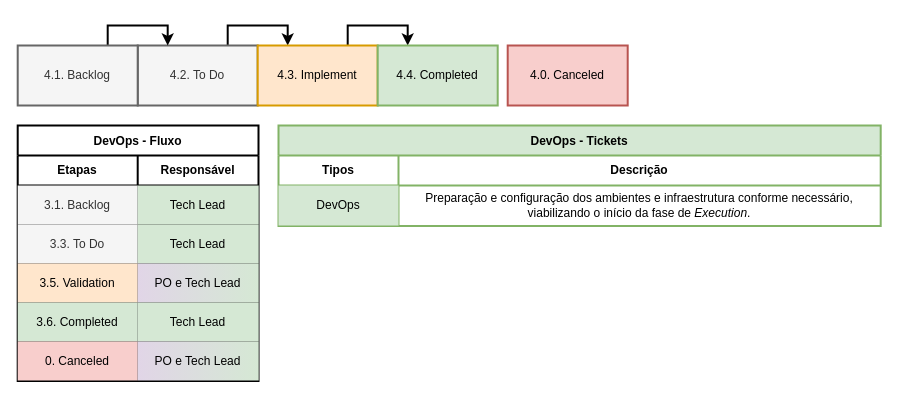
Above: page "Fluxo - DevOps" (7 of 9) of modelagem de processos.drawio in DimasPicinato/Metodologia-PI (draw.io), before the change. Source tidied: cells renumbered, new cells numbered last; positions are measured from the earlier drawing's top-left corner, leaving out a move shared by most shapes. Both pictures are drawn from the tidied source at 100%, with x=0, y=0 at pixel (17, 45).
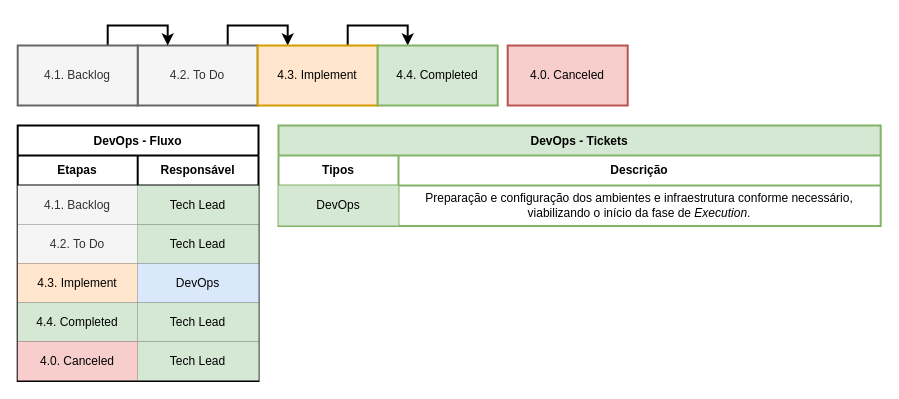
After the change.

The change refers to these unchanged cells:
```xml
<mxCell id="13" style="shape=tableRow;horizontal=0;startSize=0;swimlaneHead=0;swimlaneBody=0;strokeColor=inherit;top=0;left=0;bottom=0;right=0;fillColor=none;" parent="9" vertex="1">
  <mxGeometry y="60" width="240.8" height="39" as="geometry" />
</mxCell>
<mxCell id="16" style="shape=tableRow;horizontal=0;startSize=0;swimlaneHead=0;swimlaneBody=0;strokeColor=inherit;top=0;left=0;bottom=0;right=0;fillColor=none;" parent="9" vertex="1">
  <mxGeometry y="99" width="240.8" height="39" as="geometry" />
</mxCell>
<mxCell id="19" style="shape=tableRow;horizontal=0;startSize=0;swimlaneHead=0;swimlaneBody=0;strokeColor=inherit;top=0;left=0;bottom=0;right=0;fillColor=none;" parent="9" vertex="1">
  <mxGeometry y="138" width="240.8" height="39" as="geometry" />
</mxCell>
<mxCell id="22" style="shape=tableRow;horizontal=0;startSize=0;swimlaneHead=0;swimlaneBody=0;strokeColor=inherit;top=0;left=0;bottom=0;right=0;fillColor=none;" parent="9" vertex="1">
  <mxGeometry y="177" width="240.8" height="39" as="geometry" />
</mxCell>
<mxCell id="25" style="shape=tableRow;horizontal=0;startSize=0;swimlaneHead=0;swimlaneBody=0;strokeColor=inherit;top=0;left=0;bottom=0;right=0;fillColor=none;" parent="9" vertex="1">
  <mxGeometry y="216" width="240.8" height="39" as="geometry" />
</mxCell>
```

The edit, as a diff of the source:
```diff
@@
-    <mxCell id="14" value="&lt;span style=&quot;color: rgb(51, 51, 51);&quot;&gt;3.1. Backlog&lt;/span&gt;" style="shape=partialRectangle;html=1;whiteSpace=wrap;strokeColor=#666666;overflow=hidden;fillColor=#f5f5f5;top=0;left=0;bottom=0;right=0;fontColor=#333333;" parent="13" vertex="1">
+    <mxCell id="14" value="&lt;span style=&quot;color: rgb(51, 51, 51);&quot;&gt;4.1. Backlog&lt;/span&gt;" style="shape=partialRectangle;html=1;whiteSpace=wrap;strokeColor=#666666;overflow=hidden;fillColor=#f5f5f5;top=0;left=0;bottom=0;right=0;fontColor=#333333;" parent="13" vertex="1">
       <mxGeometry width="120" height="39" as="geometry" />
     </mxCell>
@@
-    <mxCell id="17" value="3.3. To Do" style="shape=partialRectangle;html=1;whiteSpace=wrap;strokeColor=#666666;overflow=hidden;fillColor=#f5f5f5;top=0;left=0;bottom=0;right=0;fontColor=#333333;" parent="16" vertex="1">
+    <mxCell id="17" value="4.2. To Do" style="shape=partialRectangle;html=1;whiteSpace=wrap;strokeColor=#666666;overflow=hidden;fillColor=#f5f5f5;top=0;left=0;bottom=0;right=0;fontColor=#333333;" parent="16" vertex="1">
       <mxGeometry width="120" height="39" as="geometry" />
     </mxCell>
@@
-    <mxCell id="20" value="3.5. Validation" style="shape=partialRectangle;html=1;whiteSpace=wrap;strokeColor=#d79b00;overflow=hidden;fillColor=#ffe6cc;top=0;left=0;bottom=0;right=0;" parent="19" vertex="1">
+    <mxCell id="20" value="4.3. Implement" style="shape=partialRectangle;html=1;whiteSpace=wrap;strokeColor=#d79b00;overflow=hidden;fillColor=#ffe6cc;top=0;left=0;bottom=0;right=0;" parent="19" vertex="1">
       <mxGeometry width="120" height="39" as="geometry" />
     </mxCell>
-    <mxCell id="21" value="PO e Tech Lead" style="shape=partialRectangle;html=1;whiteSpace=wrap;strokeColor=#9673a6;overflow=hidden;fillColor=#e1d5e7;top=0;left=0;bottom=0;right=0;gradientColor=#D5E8D4;gradientDirection=east;" parent="19" vertex="1">
+    <mxCell id="21" value="DevOps" style="shape=partialRectangle;html=1;whiteSpace=wrap;strokeColor=#6c8ebf;overflow=hidden;fillColor=#dae8fc;top=0;left=0;bottom=0;right=0;gradientDirection=east;" parent="19" vertex="1">
       <mxGeometry x="120" width="121" height="39" as="geometry" />
     </mxCell>
@@
-    <mxCell id="23" value="3.6. Completed" style="shape=partialRectangle;html=1;whiteSpace=wrap;strokeColor=#82b366;overflow=hidden;fillColor=#d5e8d4;top=0;left=0;bottom=0;right=0;" parent="22" vertex="1">
+    <mxCell id="23" value="4.4. Completed" style="shape=partialRectangle;html=1;whiteSpace=wrap;strokeColor=#82b366;overflow=hidden;fillColor=#d5e8d4;top=0;left=0;bottom=0;right=0;" parent="22" vertex="1">
       <mxGeometry width="120" height="39" as="geometry" />
     </mxCell>
@@
-    <mxCell id="26" value="0. Canceled" style="shape=partialRectangle;html=1;whiteSpace=wrap;strokeColor=#b85450;overflow=hidden;fillColor=#f8cecc;top=0;left=0;bottom=0;right=0;" parent="25" vertex="1">
+    <mxCell id="26" value="4.0. Canceled" style="shape=partialRectangle;html=1;whiteSpace=wrap;strokeColor=#b85450;overflow=hidden;fillColor=#f8cecc;top=0;left=0;bottom=0;right=0;" parent="25" vertex="1">
       <mxGeometry width="120" height="39" as="geometry" />
     </mxCell>
-    <mxCell id="27" value="PO e Tech Lead" style="shape=partialRectangle;html=1;whiteSpace=wrap;strokeColor=#9673a6;overflow=hidden;fillColor=#e1d5e7;top=0;left=0;bottom=0;right=0;gradientColor=#d5e8d4;gradientDirection=east;" parent="25" vertex="1">
+    <mxCell id="27" value="Tech Lead" style="shape=partialRectangle;html=1;whiteSpace=wrap;strokeColor=#82b366;overflow=hidden;fillColor=#d5e8d4;top=0;left=0;bottom=0;right=0;gradientDirection=east;" parent="25" vertex="1">
       <mxGeometry x="120" width="121" height="39" as="geometry" />
     </mxCell>
```
